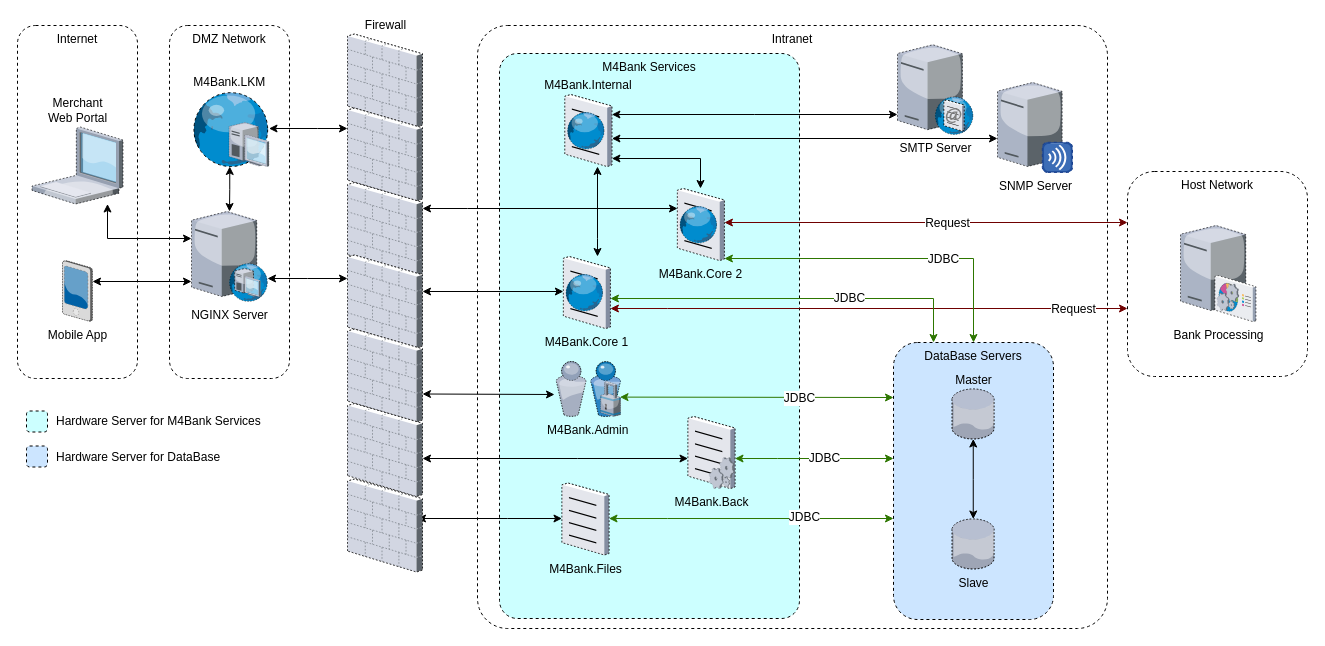
The draw.io diagram new_simple.drawio in psih0z/draw.io, before the edit. Source tidied: cells renumbered, new cells numbered last; positions are measured from the earlier drawing's top-left corner, leaving out a move shared by most shapes. Both pictures are drawn from the tidied source at 100%, with x=0, y=0 at pixel (17, 25).
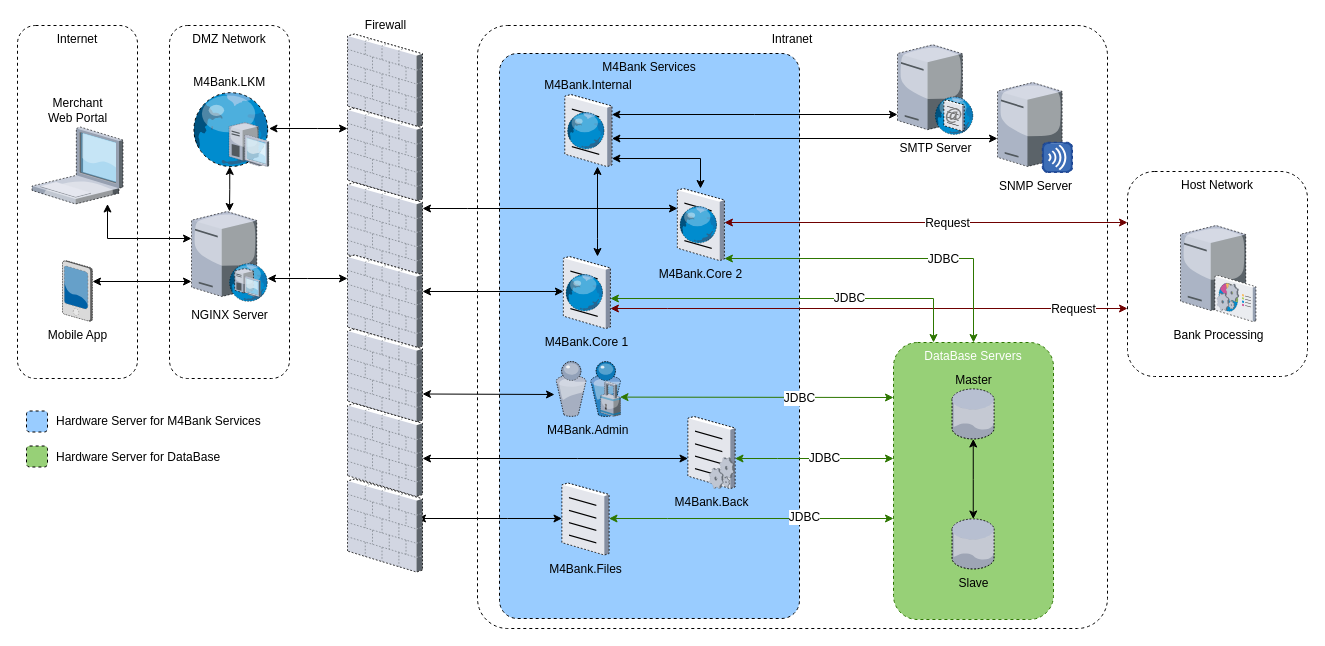
The same page after the edit.

The change refers to these unchanged cells:
```xml
<mxCell id="73" style="group;" parent="1" vertex="1">
  <mxGeometry x="9" y="385.5" width="248" height="56" as="geometry" />
</mxCell>
```

Diff of the diagram source:
```diff
@@
-    <mxCell id="8" value="M4Bank Services" style="whiteSpace=wrap;html=1;rounded=1;dashed=1;strokeColor=#000000;verticalAlign=top;arcSize=6;fillColor=#CCFFFF;" parent="1" vertex="1">
+    <mxCell id="8" value="M4Bank Services" style="whiteSpace=wrap;html=1;rounded=1;dashed=1;strokeColor=#000000;verticalAlign=top;arcSize=6;fillColor=#99CCFF;" parent="1" vertex="1">
       <mxGeometry x="482" y="28" width="300" height="565" as="geometry" />
     </mxCell>
@@
-    <mxCell id="61" value="DataBase Servers" style="whiteSpace=wrap;html=1;rounded=1;dashed=1;strokeColor=#000000;verticalAlign=top;fillColor=#CCE5FF;" parent="1" vertex="1">
+    <mxCell id="61" value="DataBase Servers" style="whiteSpace=wrap;html=1;rounded=1;dashed=1;strokeColor=#2D7600;verticalAlign=top;fillColor=#97D077;fontColor=#ffffff;" parent="1" vertex="1">
       <mxGeometry x="876" y="317" width="160" height="277" as="geometry" />
     </mxCell>
@@
-    <mxCell id="74" style="whiteSpace=wrap;html=1;rounded=1;dashed=1;strokeColor=#000000;fillColor=#CCFFFF;labelPosition=right;verticalLabelPosition=middle;align=left;verticalAlign=middle;" parent="73" vertex="1">
+    <mxCell id="74" style="whiteSpace=wrap;html=1;rounded=1;dashed=1;strokeColor=#000000;fillColor=#99CCFF;labelPosition=right;verticalLabelPosition=middle;align=left;verticalAlign=middle;" parent="73" vertex="1">
       <mxGeometry width="21" height="21" as="geometry" />
     </mxCell>
-    <mxCell id="75" style="whiteSpace=wrap;html=1;rounded=1;dashed=1;strokeColor=#000000;fillColor=#CCE5FF;labelPosition=right;verticalLabelPosition=middle;align=left;verticalAlign=middle;" parent="73" vertex="1">
+    <mxCell id="75" style="whiteSpace=wrap;html=1;rounded=1;dashed=1;strokeColor=#000000;fillColor=#97D077;labelPosition=right;verticalLabelPosition=middle;align=left;verticalAlign=middle;" parent="73" vertex="1">
       <mxGeometry y="35" width="21" height="21" as="geometry" />
     </mxCell>
```
